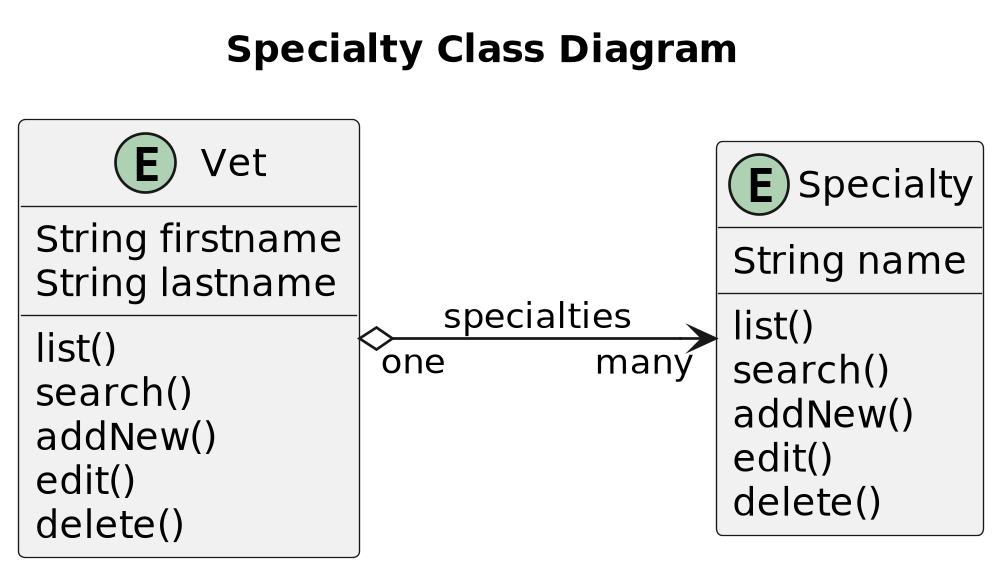
This is etc/uml/vet/specialty/Specialty__Domain_Class_Modell-Specialty_Class_Diagram.png from Jakarta-EE-Petclinic/petclinic-uml, a PlantUML export, as it was before one commit. The source it was exported from:
```plantuml
@startuml


title Specialty Class Diagram

left to right direction

scale 1000 width

entity Vet {
    String firstname
    String lastname
    list()
    search()
    addNew()
    edit()
    delete()
}

entity Specialty {
    String name
    list()
    search()
    addNew()
    edit()
    delete()
}

Vet "one" o--> "many" Specialty: specialties

@enduml
```
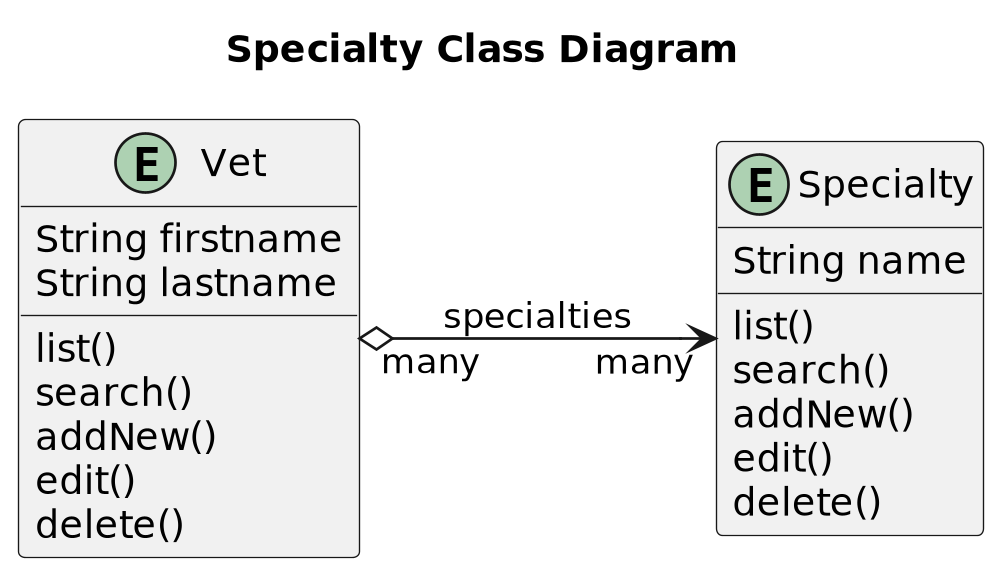
After the commit.

Diff of the diagram source:
```diff
@@ -1,5 +1,4 @@
 @startuml
-
 
 title Specialty Class Diagram
 
@@ -26,6 +25,6 @@
     delete()
 }
 
-Vet "one" o--> "many" Specialty: specialties
+Vet "many" o--> "many" Specialty: specialties
 
 @enduml
```
